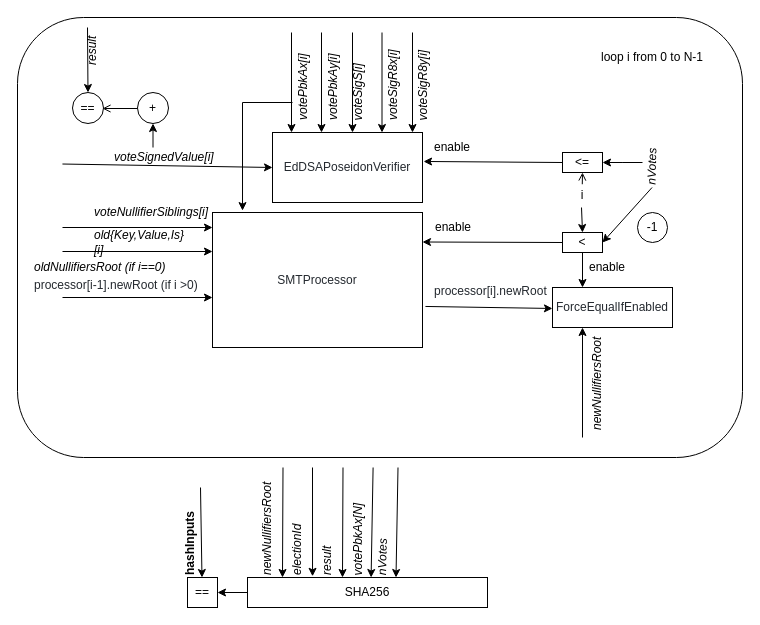
Above: circuit/circuit.drawio in vocdoni/voterollup (draw.io), before the change. Source tidied: cells renumbered, new cells numbered last; positions are measured from the earlier drawing's top-left corner, leaving out a move shared by most shapes. Both pictures are drawn from the tidied source at 100%, with x=0, y=0 at pixel (17, 17).
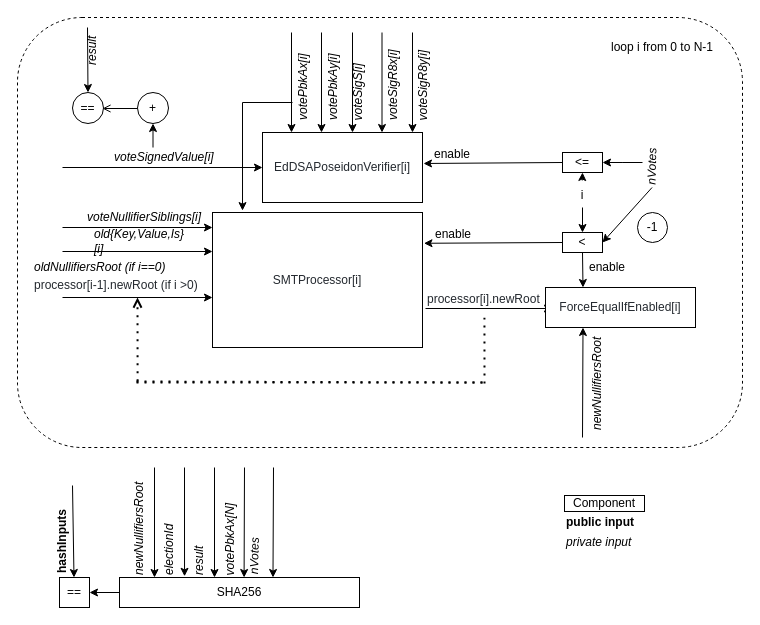
After the change.

Unchanged cells that the change refers to:
```xml
<mxCell id="17" value="&amp;lt;=" style="rounded=0;whiteSpace=wrap;html=1;align=center;" parent="1" vertex="1">
  <mxGeometry x="545" y="135" width="40" height="20" as="geometry" />
</mxCell>
<mxCell id="18" value="&amp;lt;" style="rounded=0;whiteSpace=wrap;html=1;align=center;" parent="1" vertex="1">
  <mxGeometry x="545" y="215" width="40" height="20" as="geometry" />
</mxCell>
```

Change to the diagram source:
```diff
@@
-    <mxCell id="2" style="rounded=1;whiteSpace=wrap;html=1;align=center;" parent="1" vertex="1">
-      <mxGeometry width="725" height="440" as="geometry" />
+    <mxCell id="2" style="rounded=1;whiteSpace=wrap;html=1;align=center;dashed=1;" parent="1" vertex="1">
+      <mxGeometry width="725" height="430" as="geometry" />
     </mxCell>
     <mxCell id="3" value="SHA256" style="rounded=0;whiteSpace=wrap;html=1;" parent="1" vertex="1">
-      <mxGeometry x="230" y="560" width="240" height="30" as="geometry" />
+      <mxGeometry x="102" y="560" width="240" height="30" as="geometry" />
     </mxCell>
     <mxCell id="4" style="endArrow=classic;html=1;exitX=1;exitY=1;exitDx=0;exitDy=0;" parent="1" edge="1" source="10">
       <mxGeometry relative="1" as="geometry">
-        <mxPoint x="184.5" y="560" as="targetPoint" />
+        <mxPoint x="56.5" y="560" as="targetPoint" />
       </mxGeometry>
     </mxCell>
     <mxCell id="5" value="newNullifiersRoot" style="text;html=1;strokeColor=none;fillColor=none;align=left;verticalAlign=middle;whiteSpace=wrap;rounded=0;rotation=-90;fontStyle=2;" parent="1" vertex="1">
-      <mxGeometry x="195" y="495" width="110" height="20" as="geometry" />
+      <mxGeometry x="67" y="495" width="110" height="20" as="geometry" />
     </mxCell>
     <mxCell id="6" value="electionId" style="text;html=1;strokeColor=none;fillColor=none;align=left;verticalAlign=middle;whiteSpace=wrap;rounded=0;rotation=-90;fontStyle=2;" parent="1" vertex="1">
-      <mxGeometry x="245" y="515" width="70" height="20" as="geometry" />
+      <mxGeometry x="117" y="515" width="70" height="20" as="geometry" />
     </mxCell>
     <mxCell id="7" value="result" style="text;html=1;strokeColor=none;fillColor=none;align=left;verticalAlign=middle;whiteSpace=wrap;rounded=0;rotation=-90;fontStyle=2;" parent="1" vertex="1">
-      <mxGeometry x="270" y="510" width="80" height="20" as="geometry" />
+      <mxGeometry x="142" y="510" width="80" height="20" as="geometry" />
     </mxCell>
     <mxCell id="8" value="nVotes" style="text;html=1;strokeColor=none;fillColor=none;align=left;verticalAlign=middle;whiteSpace=wrap;rounded=0;rotation=-89;fontStyle=2;" parent="1" vertex="1">
-      <mxGeometry x="340.5" y="525" width="50" height="20" as="geometry" />
+      <mxGeometry x="212.5" y="524" width="50" height="20" as="geometry" />
     </mxCell>
     <mxCell id="9" value="votePbkAx[N]" style="text;html=1;strokeColor=none;fillColor=none;align=left;verticalAlign=middle;whiteSpace=wrap;rounded=0;rotation=-90;fontStyle=2;" parent="1" vertex="1">
-      <mxGeometry x="299.5" y="510" width="81" height="20" as="geometry" />
+      <mxGeometry x="171.5" y="510" width="81" height="20" as="geometry" />
     </mxCell>
     <mxCell id="10" value="hashInputs" style="text;html=1;strokeColor=none;fillColor=none;align=left;verticalAlign=middle;whiteSpace=wrap;rounded=0;rotation=-90;fontStyle=1;" parent="1" vertex="1">
-      <mxGeometry x="128" y="505" width="90" height="20" as="geometry" />
+      <mxGeometry y="503" width="90" height="20" as="geometry" />
     </mxCell>
     <mxCell id="11" value="==" style="rounded=0;whiteSpace=wrap;html=1;" parent="1" vertex="1">
-      <mxGeometry x="170" y="560" width="30" height="30" as="geometry" />
+      <mxGeometry x="42" y="560" width="30" height="30" as="geometry" />
     </mxCell>
@@
-    <mxCell id="13" style="endArrow=classic;html=1;exitX=1;exitY=1;exitDx=0;exitDy=0;" parent="1" edge="1">
+    <mxCell id="13" style="endArrow=classic;html=1;" parent="1" edge="1">
       <mxGeometry relative="1" as="geometry">
-        <mxPoint x="265.5" y="450" as="sourcePoint" />
-        <mxPoint x="265" y="560" as="targetPoint" />
+        <mxPoint x="137" y="450" as="sourcePoint" />
+        <mxPoint x="137" y="560" as="targetPoint" />
       </mxGeometry>
     </mxCell>
     <mxCell id="14" style="endArrow=classic;html=1;entryX=0.271;entryY=-0.04;entryDx=0;entryDy=0;entryPerimeter=0;" parent="1" edge="1" target="3">
       <mxGeometry relative="1" as="geometry">
-        <mxPoint x="295" y="450" as="sourcePoint" />
+        <mxPoint x="167" y="450" as="sourcePoint" />
       </mxGeometry>
     </mxCell>
-    <mxCell id="15" style="endArrow=classic;html=1;exitX=1;exitY=1;exitDx=0;exitDy=0;" parent="1" edge="1">
+    <mxCell id="15" style="endArrow=classic;html=1;" parent="1" edge="1">
       <mxGeometry relative="1" as="geometry">
-        <mxPoint x="325.5" y="450" as="sourcePoint" />
-        <mxPoint x="325" y="560" as="targetPoint" />
+        <mxPoint x="197" y="450" as="sourcePoint" />
+        <mxPoint x="197" y="560" as="targetPoint" />
       </mxGeometry>
     </mxCell>
@@
-    <mxCell id="19" style="endArrow=classic;html=1;exitX=0;exitY=0.5;exitDx=0;exitDy=0;" parent="1" edge="1" source="18">
-      <mxGeometry relative="1" as="geometry">
-        <mxPoint x="405" y="224.5" as="targetPoint" />
-      </mxGeometry>
+    <mxCell id="19" style="endArrow=classic;html=1;exitX=0;exitY=0.5;exitDx=0;exitDy=0;entryX=1.007;entryY=0.228;entryDx=0;entryDy=0;entryPerimeter=0;" parent="1" edge="1" source="18" target="35">
+      <mxGeometry relative="1" as="geometry" />
     </mxCell>
-    <mxCell id="20" value="&lt;span style=&quot;color: rgb(36 , 41 , 47) ; font-family: , , &amp;quot;sf mono&amp;quot; , &amp;quot;menlo&amp;quot; , &amp;quot;consolas&amp;quot; , &amp;quot;liberation mono&amp;quot; , monospace ; background-color: rgb(255 , 255 , 255)&quot;&gt;EdDSAPoseidonVerifier&lt;/span&gt;" style="rounded=0;whiteSpace=wrap;html=1;align=center;" parent="1" vertex="1">
-      <mxGeometry x="255" y="115" width="150" height="70" as="geometry" />
+    <mxCell id="20" value="&lt;span style=&quot;color: rgb(36 , 41 , 47) ; font-family: , , &amp;#34;sf mono&amp;#34; , &amp;#34;menlo&amp;#34; , &amp;#34;consolas&amp;#34; , &amp;#34;liberation mono&amp;#34; , monospace ; background-color: rgb(255 , 255 , 255)&quot;&gt;EdDSAPoseidonVerifier[i]&lt;/span&gt;" style="rounded=0;whiteSpace=wrap;html=1;align=center;" parent="1" vertex="1">
+      <mxGeometry x="245" y="115" width="160" height="70" as="geometry" />
     </mxCell>
-    <mxCell id="21" style="endArrow=classic;html=1;entryX=1.007;entryY=0.414;entryDx=0;entryDy=0;exitX=0;exitY=0.5;exitDx=0;exitDy=0;entryPerimeter=0;" parent="1" edge="1" source="17" target="20">
-      <mxGeometry relative="1" as="geometry" />
+    <mxCell id="21" style="endArrow=classic;html=1;exitX=0;exitY=0.5;exitDx=0;exitDy=0;" parent="1" edge="1" source="17">
+      <mxGeometry relative="1" as="geometry">
+        <mxPoint x="406" y="146" as="targetPoint" />
+      </mxGeometry>
     </mxCell>
-    <mxCell id="22" style="endArrow=classic;html=1;entryX=0;entryY=0.5;entryDx=0;entryDy=0;exitX=0.062;exitY=0.333;exitDx=0;exitDy=0;exitPerimeter=0;" parent="1" edge="1" source="2" target="20">
-      <mxGeometry relative="1" as="geometry" />
+    <mxCell id="22" style="endArrow=classic;html=1;entryX=0;entryY=0.5;entryDx=0;entryDy=0;" parent="1" edge="1" target="20">
+      <mxGeometry relative="1" as="geometry">
+        <mxPoint x="45" y="150" as="sourcePoint" />
+      </mxGeometry>
     </mxCell>
@@
-    <mxCell id="35" value="&lt;span style=&quot;color: rgb(36 , 41 , 47) ; font-family: , , &amp;#34;sf mono&amp;#34; , &amp;#34;menlo&amp;#34; , &amp;#34;consolas&amp;#34; , &amp;#34;liberation mono&amp;#34; , monospace ; background-color: rgb(255 , 255 , 255)&quot;&gt;SMTProcessor&lt;/span&gt;" style="rounded=0;whiteSpace=wrap;html=1;align=center;" parent="1" vertex="1">
+    <mxCell id="35" value="&lt;span style=&quot;color: rgb(36 , 41 , 47) ; font-family: , , &amp;#34;sf mono&amp;#34; , &amp;#34;menlo&amp;#34; , &amp;#34;consolas&amp;#34; , &amp;#34;liberation mono&amp;#34; , monospace ; background-color: rgb(255 , 255 , 255)&quot;&gt;SMTProcessor[i]&lt;/span&gt;" style="rounded=0;whiteSpace=wrap;html=1;align=center;" parent="1" vertex="1">
       <mxGeometry x="195" y="195" width="210" height="135" as="geometry" />
     </mxCell>
@@
     <mxCell id="39" value="voteNullifierSiblings[i]" style="text;html=1;strokeColor=none;fillColor=none;align=left;verticalAlign=middle;whiteSpace=wrap;rounded=0;rotation=0;fontStyle=2;" parent="1" vertex="1">
-      <mxGeometry x="75" y="185" width="81" height="20" as="geometry" />
+      <mxGeometry x="68" y="190" width="81" height="20" as="geometry" />
     </mxCell>
     <mxCell id="40" value="old{Key,Value,Is}[i]" style="text;html=1;strokeColor=none;fillColor=none;align=left;verticalAlign=middle;whiteSpace=wrap;rounded=0;rotation=0;fontStyle=2;" parent="1" vertex="1">
-      <mxGeometry x="75" y="215" width="101" height="20" as="geometry" />
+      <mxGeometry x="75" y="214" width="101" height="20" as="geometry" />
     </mxCell>
@@
-    <mxCell id="44" style="endArrow=classic;html=1;exitX=1.014;exitY=0.696;exitDx=0;exitDy=0;exitPerimeter=0;entryX=0.863;entryY=1.033;entryDx=0;entryDy=0;entryPerimeter=0;" parent="1" edge="1" source="35" target="45">
-      <mxGeometry relative="1" as="geometry" />
+    <mxCell id="44" style="endArrow=classic;html=1;" parent="1" edge="1">
+      <mxGeometry relative="1" as="geometry">
+        <mxPoint x="408" y="291" as="sourcePoint" />
+        <mxPoint x="535" y="291" as="targetPoint" />
+      </mxGeometry>
     </mxCell>
     <mxCell id="45" value="&lt;span style=&quot;color: rgb(36 , 41 , 47) ; font-family: &amp;#34;helvetica&amp;#34; ; font-size: 12px ; font-style: normal ; font-weight: 400 ; letter-spacing: normal ; text-align: left ; text-indent: 0px ; text-transform: none ; word-spacing: 0px ; background-color: rgb(255 , 255 , 255) ; display: inline ; float: none&quot;&gt;processor[i].newRoot&lt;/span&gt;" style="text;whiteSpace=wrap;html=1;" parent="1" vertex="1">
-      <mxGeometry x="415" y="260" width="139" height="30" as="geometry" />
+      <mxGeometry x="408" y="268" width="139" height="30" as="geometry" />
     </mxCell>
@@
-    <mxCell id="47" value="&lt;span style=&quot;color: rgb(36 , 41 , 47) ; text-align: left ; background-color: rgb(255 , 255 , 255)&quot;&gt;ForceEqualIfEnabled&lt;/span&gt;" style="rounded=0;whiteSpace=wrap;html=1;align=center;" parent="1" vertex="1">
-      <mxGeometry x="535" y="270" width="120" height="40" as="geometry" />
+    <mxCell id="47" value="&lt;span style=&quot;color: rgb(36 , 41 , 47) ; text-align: left ; background-color: rgb(255 , 255 , 255)&quot;&gt;ForceEqualIfEnabled[i]&lt;/span&gt;" style="rounded=0;whiteSpace=wrap;html=1;align=center;" parent="1" vertex="1">
+      <mxGeometry x="528" y="270" width="150" height="40" as="geometry" />
     </mxCell>
@@
-    <mxCell id="50" style="endArrow=classic;html=1;entryX=0.515;entryY=0;entryDx=0;entryDy=0;entryPerimeter=0;" parent="1" edge="1" target="3">
+    <mxCell id="50" style="endArrow=classic;html=1;entryX=0.515;entryY=0;entryDx=0;entryDy=0;entryPerimeter=0;" parent="1" edge="1">
       <mxGeometry relative="1" as="geometry">
-        <mxPoint x="355.6" y="450" as="sourcePoint" />
+        <mxPoint x="227" y="450" as="sourcePoint" />
+        <mxPoint x="226.6" y="560" as="targetPoint" />
       </mxGeometry>
     </mxCell>
@@
     <mxCell id="53" value="loop i from 0 to N-1" style="text;html=1;strokeColor=none;fillColor=none;align=center;verticalAlign=middle;whiteSpace=wrap;rounded=0;" parent="1" vertex="1">
-      <mxGeometry x="575" y="30" width="120" height="20" as="geometry" />
+      <mxGeometry x="585" y="20" width="120" height="20" as="geometry" />
     </mxCell>
@@
     <mxCell id="55" style="endArrow=classic;html=1;entryX=0.5;entryY=0;entryDx=0;entryDy=0;" parent="1" edge="1" target="18">
       <mxGeometry relative="1" as="geometry">
-        <mxPoint x="564" y="190" as="sourcePoint" />
+        <mxPoint x="565" y="190" as="sourcePoint" />
       </mxGeometry>
     </mxCell>
-    <mxCell id="56" style="endArrow=none;html=1;exitX=0.5;exitY=1;exitDx=0;exitDy=0;entryX=0.779;entryY=0.379;entryDx=0;entryDy=0;entryPerimeter=0;startArrow=open;startFill=0;endFill=0;" parent="1" edge="1" source="17" target="2">
+    <mxCell id="56" style="endArrow=none;html=1;exitX=0.5;exitY=1;exitDx=0;exitDy=0;entryX=0.779;entryY=0.379;entryDx=0;entryDy=0;entryPerimeter=0;startArrow=classic;startFill=1;endFill=0;" parent="1" edge="1" source="17" target="2">
       <mxGeometry relative="1" as="geometry" />
     </mxCell>
@@
     <mxCell id="64" style="endArrow=classic;html=1;entryX=0.515;entryY=0;entryDx=0;entryDy=0;entryPerimeter=0;" parent="1" edge="1">
       <mxGeometry relative="1" as="geometry">
-        <mxPoint x="380.5" y="450" as="sourcePoint" />
-        <mxPoint x="378.5" y="560" as="targetPoint" />
+        <mxPoint x="256" y="450" as="sourcePoint" />
+        <mxPoint x="255.5" y="560" as="targetPoint" />
       </mxGeometry>
     </mxCell>
     <mxCell id="65" value="enable" style="text;html=1;strokeColor=none;fillColor=none;align=center;verticalAlign=middle;whiteSpace=wrap;rounded=0;" parent="1" vertex="1">
-      <mxGeometry x="415" y="120" width="40" height="20" as="geometry" />
+      <mxGeometry x="415" y="127" width="40" height="20" as="geometry" />
     </mxCell>
     <mxCell id="66" value="enable" style="text;html=1;strokeColor=none;fillColor=none;align=center;verticalAlign=middle;whiteSpace=wrap;rounded=0;" parent="1" vertex="1">
-      <mxGeometry x="416" y="200" width="40" height="20" as="geometry" />
+      <mxGeometry x="416" y="207" width="40" height="20" as="geometry" />
     </mxCell>
@@
+    <mxCell id="68" value="Component" style="rounded=0;whiteSpace=wrap;html=1;" parent="1" vertex="1">
+      <mxGeometry x="547" y="478" width="80" height="16" as="geometry" />
+    </mxCell>
+    <mxCell id="69" value="public input" style="text;html=1;strokeColor=none;fillColor=none;align=left;verticalAlign=middle;whiteSpace=wrap;rounded=0;rotation=0;fontStyle=1;" parent="1" vertex="1">
+      <mxGeometry x="547" y="493.5" width="90" height="22.5" as="geometry" />
+    </mxCell>
+    <mxCell id="70" value="private input" style="text;html=1;strokeColor=none;fillColor=none;align=left;verticalAlign=middle;whiteSpace=wrap;rounded=0;rotation=0;fontStyle=2;" parent="1" vertex="1">
+      <mxGeometry x="547" y="515" width="70" height="20" as="geometry" />
+    </mxCell>
+    <mxCell id="71" style="endArrow=none;dashed=1;html=1;dashPattern=1 3;strokeWidth=2;entryX=0.424;entryY=1.078;entryDx=0;entryDy=0;entryPerimeter=0;" parent="1" edge="1" target="45">
+      <mxGeometry relative="1" as="geometry">
+        <mxPoint x="467" y="366" as="sourcePoint" />
+      </mxGeometry>
+    </mxCell>
+    <mxCell id="72" style="endArrow=none;dashed=1;html=1;dashPattern=1 3;strokeWidth=2;" parent="1" edge="1">
+      <mxGeometry relative="1" as="geometry">
+        <mxPoint x="119" y="364" as="sourcePoint" />
+        <mxPoint x="465" y="365" as="targetPoint" />
+      </mxGeometry>
+    </mxCell>
+    <mxCell id="73" style="endArrow=none;dashed=1;html=1;dashPattern=1 3;strokeWidth=2;" parent="1" edge="1">
+      <mxGeometry relative="1" as="geometry">
+        <mxPoint x="119" y="365" as="sourcePoint" />
+        <mxPoint x="465" y="365" as="targetPoint" />
+      </mxGeometry>
+    </mxCell>
+    <mxCell id="74" style="endArrow=open;dashed=1;html=1;dashPattern=1 3;strokeWidth=2;endFill=0;" parent="1" edge="1">
+      <mxGeometry relative="1" as="geometry">
+        <mxPoint x="120.1" y="363.7" as="sourcePoint" />
+        <mxPoint x="120" y="280" as="targetPoint" />
+      </mxGeometry>
+    </mxCell>
```
